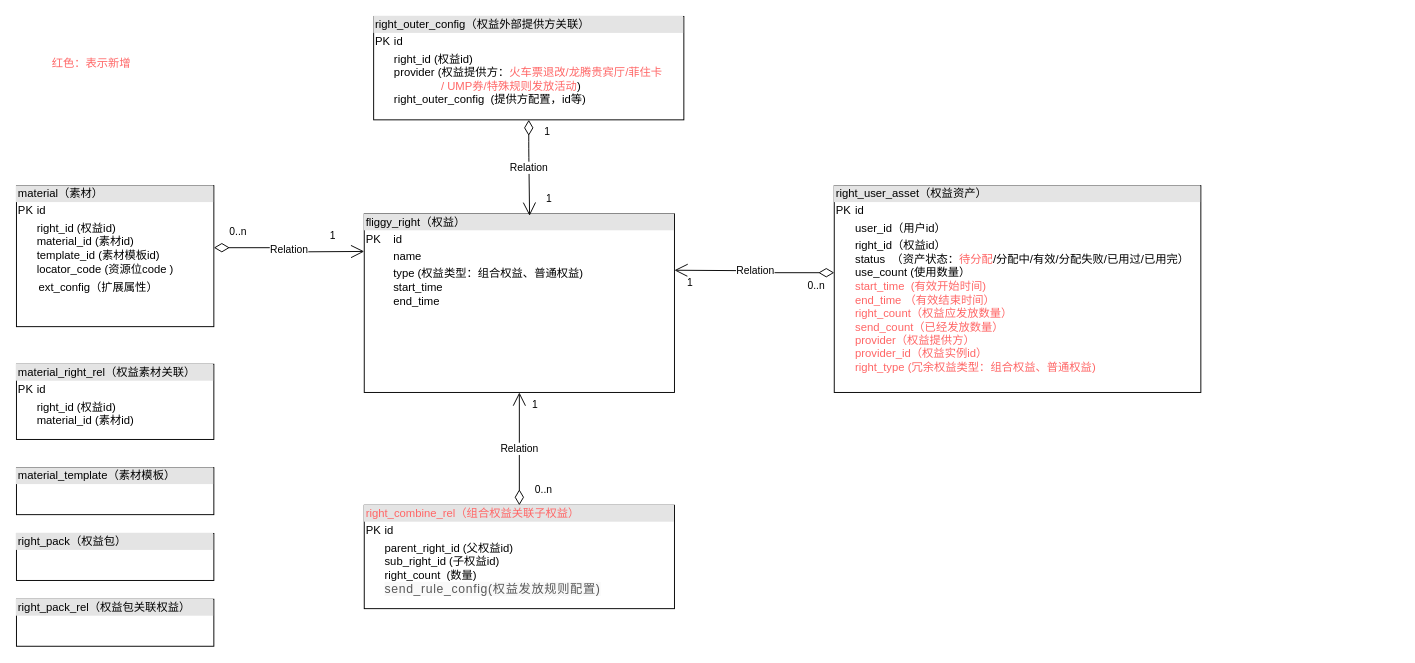
This is page "会员卡ER图" (1 of 4) of 付费权益.drawio from renqiuming/drawio, a draw.io file, before an edit. Source tidied: cells renumbered, new cells numbered last; positions are measured from the earlier drawing's top-left corner, leaving out a move shared by most shapes. Both pictures are drawn from the tidied source at 94%, with x=0, y=0 at pixel (16, 16).
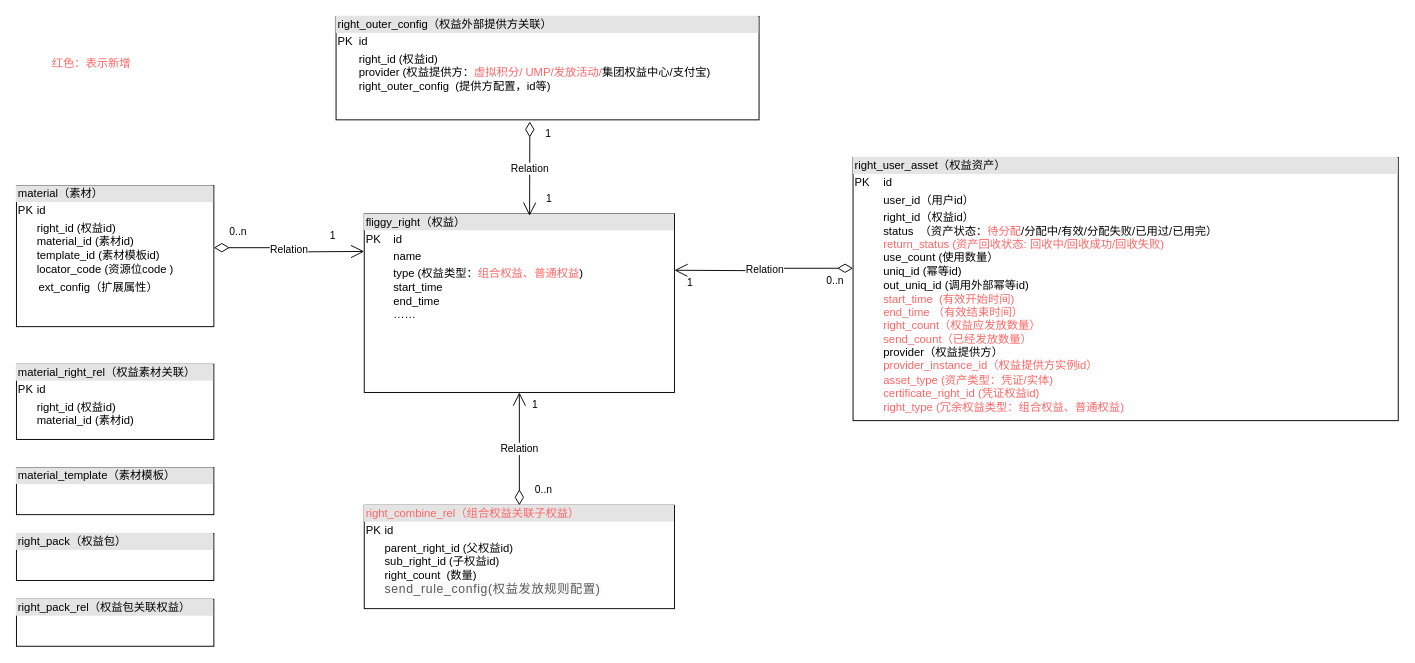
After the change.

Diff of the diagram source:
```diff
@@
-    <mxCell id="2" value="&lt;div style=&quot;box-sizing: border-box ; width: 100% ; background: #e4e4e4 ; padding: 2px&quot;&gt;fliggy_right（权益）&lt;/div&gt;&lt;table style=&quot;width: 100% ; font-size: 1em&quot; cellpadding=&quot;2&quot; cellspacing=&quot;0&quot;&gt;&lt;tbody&gt;&lt;tr&gt;&lt;td&gt;PK&lt;/td&gt;&lt;td&gt;id&lt;/td&gt;&lt;/tr&gt;&lt;tr&gt;&lt;td&gt;&lt;br&gt;&lt;/td&gt;&lt;td&gt;name&lt;br&gt;&lt;/td&gt;&lt;/tr&gt;&lt;tr&gt;&lt;td&gt;&lt;/td&gt;&lt;td&gt;type (权益类型：组合权益、普通权益)&lt;br&gt;start_time&lt;br&gt;end_time&lt;br&gt;&lt;br&gt;&lt;br&gt;&lt;br&gt;&lt;br&gt;&lt;br&gt;&lt;/td&gt;&lt;/tr&gt;&lt;/tbody&gt;&lt;/table&gt;" style="verticalAlign=top;align=left;overflow=fill;html=1;" parent="1" vertex="1">
+    <mxCell id="2" value="&lt;div style=&quot;box-sizing: border-box ; width: 100% ; background: #e4e4e4 ; padding: 2px&quot;&gt;fliggy_right（权益）&lt;/div&gt;&lt;table style=&quot;width: 100% ; font-size: 1em&quot; cellpadding=&quot;2&quot; cellspacing=&quot;0&quot;&gt;&lt;tbody&gt;&lt;tr&gt;&lt;td&gt;PK&lt;/td&gt;&lt;td&gt;id&lt;/td&gt;&lt;/tr&gt;&lt;tr&gt;&lt;td&gt;&lt;br&gt;&lt;/td&gt;&lt;td&gt;name&lt;br&gt;&lt;/td&gt;&lt;/tr&gt;&lt;tr&gt;&lt;td&gt;&lt;/td&gt;&lt;td&gt;type (权益类型：&lt;font color=&quot;#ff6666&quot;&gt;组合权益、普通权益&lt;/font&gt;)&lt;br&gt;start_time&lt;br&gt;end_time&lt;br&gt;……&lt;br&gt;&lt;br&gt;&lt;br&gt;&lt;br&gt;&lt;br&gt;&lt;/td&gt;&lt;/tr&gt;&lt;/tbody&gt;&lt;/table&gt;" style="verticalAlign=top;align=left;overflow=fill;html=1;" parent="1" vertex="1">
       <mxGeometry x="370" y="210" width="330" height="190" as="geometry" />
     </mxCell>
-    <mxCell id="3" value="&lt;div style=&quot;box-sizing: border-box ; width: 100% ; background: #e4e4e4 ; padding: 2px&quot;&gt;right_user_asset（权益资产）&lt;br&gt;&lt;/div&gt;&lt;table style=&quot;width: 100% ; font-size: 1em&quot; cellpadding=&quot;2&quot; cellspacing=&quot;0&quot;&gt;&lt;tbody&gt;&lt;tr&gt;&lt;td&gt;PK&lt;/td&gt;&lt;td&gt;id&lt;/td&gt;&lt;/tr&gt;&lt;tr&gt;&lt;td&gt;&lt;br&gt;&lt;/td&gt;&lt;td&gt;user_id（用户id）&lt;/td&gt;&lt;/tr&gt;&lt;tr&gt;&lt;td&gt;&lt;br&gt;&lt;/td&gt;&lt;td&gt;right_id（权益id）&lt;br&gt;status&amp;nbsp; （资产状态：&lt;font color=&quot;#ff6666&quot;&gt;待分配&lt;/font&gt;/分配中/有效/分配失败/已用过/已用完）&lt;br&gt;use_count (使用数量）&lt;br&gt;&lt;font color=&quot;#ff6666&quot;&gt;start_time&amp;nbsp; (有效开始时间)&lt;br&gt;end_time （有效结束时间）&lt;br&gt;right_count（权益应发放数量）&lt;br&gt;send_count（已经发放数量）&lt;br&gt;provider（权益提供方）&lt;br&gt;provider_id（权益实例id）&lt;br&gt;right_type (冗余权益类型：组合权益、普通权益)&lt;br&gt;&lt;/font&gt;&lt;/td&gt;&lt;/tr&gt;&lt;/tbody&gt;&lt;/table&gt;" style="verticalAlign=top;align=left;overflow=fill;html=1;" parent="1" vertex="1">
-      <mxGeometry x="870" y="180" width="390" height="220" as="geometry" />
+    <mxCell id="3" value="&lt;div style=&quot;box-sizing: border-box ; width: 100% ; background: #e4e4e4 ; padding: 2px&quot;&gt;right_user_asset（权益资产）&lt;br&gt;&lt;/div&gt;&lt;table style=&quot;width: 100% ; font-size: 1em&quot; cellpadding=&quot;2&quot; cellspacing=&quot;0&quot;&gt;&lt;tbody&gt;&lt;tr&gt;&lt;td&gt;PK&lt;/td&gt;&lt;td&gt;id&lt;/td&gt;&lt;/tr&gt;&lt;tr&gt;&lt;td&gt;&lt;br&gt;&lt;/td&gt;&lt;td&gt;user_id（用户id）&lt;/td&gt;&lt;/tr&gt;&lt;tr&gt;&lt;td&gt;&lt;br&gt;&lt;/td&gt;&lt;td&gt;right_id（权益id）&lt;br&gt;status&amp;nbsp; （资产状态：&lt;font color=&quot;#ff6666&quot;&gt;待分配&lt;/font&gt;/分配中/有效/分配失败/已用过/已用完）&lt;br&gt;&lt;font color=&quot;#ff6666&quot;&gt;return_status (资产回收状态: 回收中/回收成功/回收失败)&lt;/font&gt;&lt;br&gt;use_count (使用数量）&lt;br&gt;uniq_id (幂等id)&lt;br&gt;out_uniq_id (调用外部幂等id)&lt;br&gt;&lt;font color=&quot;#ff6666&quot;&gt;start_time&amp;nbsp; (有效开始时间)&lt;/font&gt;&lt;br&gt;&lt;font color=&quot;#ff6666&quot;&gt;end_time （有效结束时间）&lt;/font&gt;&lt;br&gt;&lt;font color=&quot;#ff6666&quot;&gt;right_count（权益应发放数量）&lt;/font&gt;&lt;br&gt;&lt;font color=&quot;#ff6666&quot;&gt;send_count（已经发放数量）&lt;/font&gt;&lt;br&gt;provider（权益提供方）&lt;br&gt;&lt;font color=&quot;#ff6666&quot;&gt;provider_instance_id（权益提供方实例id）&lt;/font&gt;&lt;br&gt;&lt;font color=&quot;#ff6666&quot;&gt;asset_type (资产类型：凭证/实体)&lt;br&gt;certificate_right_id (凭证权益id)&lt;br&gt;&lt;/font&gt;&lt;font color=&quot;#ff6666&quot;&gt;right_type (冗余权益类型：组合权益、普通权益)&lt;/font&gt;&lt;br&gt;&lt;/td&gt;&lt;/tr&gt;&lt;/tbody&gt;&lt;/table&gt;" style="verticalAlign=top;align=left;overflow=fill;html=1;" parent="1" vertex="1">
+      <mxGeometry x="890" y="150" width="580" height="280" as="geometry" />
     </mxCell>
@@
-    <mxCell id="13" value="&lt;div style=&quot;box-sizing: border-box ; width: 100% ; background: #e4e4e4 ; padding: 2px&quot;&gt;right_outer_config（权益外部提供方关联）&lt;/div&gt;&lt;table style=&quot;width: 100% ; font-size: 1em&quot; cellpadding=&quot;2&quot; cellspacing=&quot;0&quot;&gt;&lt;tbody&gt;&lt;tr&gt;&lt;td&gt;PK&lt;/td&gt;&lt;td&gt;id&lt;/td&gt;&lt;/tr&gt;&lt;tr&gt;&lt;td&gt;&lt;br&gt;&lt;/td&gt;&lt;td&gt;right_id (权益id)&lt;br&gt;provider&amp;nbsp;(权益提供方：&lt;font color=&quot;#ff6666&quot;&gt;火车票退改/龙腾贵宾厅/菲住卡&lt;br&gt;&amp;nbsp; &amp;nbsp; &amp;nbsp; &amp;nbsp; &amp;nbsp; &amp;nbsp; &amp;nbsp; &amp;nbsp;/&amp;nbsp;UMP券/特殊规则发放活动&lt;/font&gt;)&lt;br&gt;right_outer_config&amp;nbsp; (提供方配置，id等)&lt;br&gt;&lt;span style=&quot;color: rgb(89 , 89 , 89) ; font-family: , &amp;#34;consolas&amp;#34; , &amp;#34;liberation mono&amp;#34; , &amp;#34;menlo&amp;#34; , &amp;#34;courier&amp;#34; , monospace ; font-size: 13px ; letter-spacing: 0.7px ; background-color: rgb(249 , 249 , 249)&quot;&gt;&lt;br&gt;&lt;/span&gt;&lt;/td&gt;&lt;/tr&gt;&lt;tr&gt;&lt;td&gt;&lt;/td&gt;&lt;td&gt;&lt;table cellpadding=&quot;2&quot; cellspacing=&quot;0&quot; style=&quot;font-size: 1em ; width: 330px&quot;&gt;&lt;tbody&gt;&lt;tr&gt;&lt;td&gt;&lt;span style=&quot;color: rgb(89 , 89 , 89) ; font-family: , &amp;#34;consolas&amp;#34; , &amp;#34;liberation mono&amp;#34; , &amp;#34;menlo&amp;#34; , &amp;#34;courier&amp;#34; , monospace ; font-size: 13px ; letter-spacing: 0.7px ; background-color: rgb(249 , 249 , 249)&quot;&gt;&lt;br&gt;&lt;br&gt;&lt;/span&gt;&lt;/td&gt;&lt;/tr&gt;&lt;/tbody&gt;&lt;/table&gt;&lt;br&gt;&lt;br&gt;&lt;br&gt;&lt;br&gt;&lt;/td&gt;&lt;/tr&gt;&lt;/tbody&gt;&lt;/table&gt;" style="verticalAlign=top;align=left;overflow=fill;html=1;" parent="1" vertex="1">
-      <mxGeometry x="380" width="330" height="110" as="geometry" />
+    <mxCell id="13" value="&lt;div style=&quot;box-sizing: border-box ; width: 100% ; background: #e4e4e4 ; padding: 2px&quot;&gt;right_outer_config（权益外部提供方关联）&lt;/div&gt;&lt;table style=&quot;width: 100% ; font-size: 1em&quot; cellpadding=&quot;2&quot; cellspacing=&quot;0&quot;&gt;&lt;tbody&gt;&lt;tr&gt;&lt;td&gt;PK&lt;/td&gt;&lt;td&gt;id&lt;/td&gt;&lt;/tr&gt;&lt;tr&gt;&lt;td&gt;&lt;br&gt;&lt;/td&gt;&lt;td&gt;right_id (权益id)&lt;br&gt;provider&amp;nbsp;(权益提供方：&lt;font color=&quot;#ff6666&quot;&gt;虚拟积分/&amp;nbsp;UMP/发放活动/&lt;/font&gt;集团权益中心/支付宝)&lt;br&gt;right_outer_config&amp;nbsp; (提供方配置，id等)&lt;br&gt;&lt;span style=&quot;color: rgb(89 , 89 , 89) ; font-family: , &amp;#34;consolas&amp;#34; , &amp;#34;liberation mono&amp;#34; , &amp;#34;menlo&amp;#34; , &amp;#34;courier&amp;#34; , monospace ; font-size: 13px ; letter-spacing: 0.7px ; background-color: rgb(249 , 249 , 249)&quot;&gt;&lt;br&gt;&lt;/span&gt;&lt;/td&gt;&lt;/tr&gt;&lt;tr&gt;&lt;td&gt;&lt;/td&gt;&lt;td&gt;&lt;table cellpadding=&quot;2&quot; cellspacing=&quot;0&quot; style=&quot;font-size: 1em ; width: 330px&quot;&gt;&lt;tbody&gt;&lt;tr&gt;&lt;td&gt;&lt;span style=&quot;color: rgb(89 , 89 , 89) ; font-family: , &amp;#34;consolas&amp;#34; , &amp;#34;liberation mono&amp;#34; , &amp;#34;menlo&amp;#34; , &amp;#34;courier&amp;#34; , monospace ; font-size: 13px ; letter-spacing: 0.7px ; background-color: rgb(249 , 249 , 249)&quot;&gt;&lt;br&gt;&lt;br&gt;&lt;/span&gt;&lt;/td&gt;&lt;/tr&gt;&lt;/tbody&gt;&lt;/table&gt;&lt;br&gt;&lt;br&gt;&lt;br&gt;&lt;br&gt;&lt;/td&gt;&lt;/tr&gt;&lt;/tbody&gt;&lt;/table&gt;" style="verticalAlign=top;align=left;overflow=fill;html=1;" parent="1" vertex="1">
+      <mxGeometry x="340" width="450" height="110" as="geometry" />
     </mxCell>
-    <mxCell id="14" value="Relation" style="endArrow=open;html=1;endSize=12;startArrow=diamondThin;startSize=14;startFill=0;edgeStyle=orthogonalEdgeStyle;exitX=0.5;exitY=1;exitDx=0;exitDy=0;entryX=0.533;entryY=0.011;entryDx=0;entryDy=0;entryPerimeter=0;" parent="1" edge="1" source="13" target="2">
+    <mxCell id="14" value="Relation" style="endArrow=open;html=1;endSize=12;startArrow=diamondThin;startSize=14;startFill=0;edgeStyle=orthogonalEdgeStyle;entryX=0.533;entryY=0.011;entryDx=0;entryDy=0;entryPerimeter=0;exitX=0.458;exitY=1.016;exitDx=0;exitDy=0;exitPerimeter=0;" parent="1" edge="1" source="13" target="2">
       <mxGeometry relative="1" as="geometry">
         <Array as="points">
           <mxPoint x="545" y="140" />
-          <mxPoint x="546" y="140" />
         </Array>
       </mxGeometry>
     </mxCell>
```
